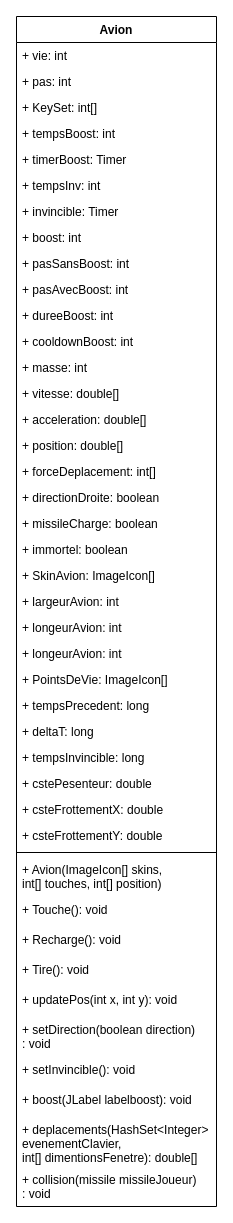
This is UML projet informatique.drawio from deubn31/Projet-Informatique, a draw.io file, before an edit. Source tidied: cells renumbered, new cells numbered last; positions are measured from the earlier drawing's top-left corner, leaving out a move shared by most shapes. Both pictures are drawn from the tidied source at 100%, with x=0, y=0 at pixel (16, 16).
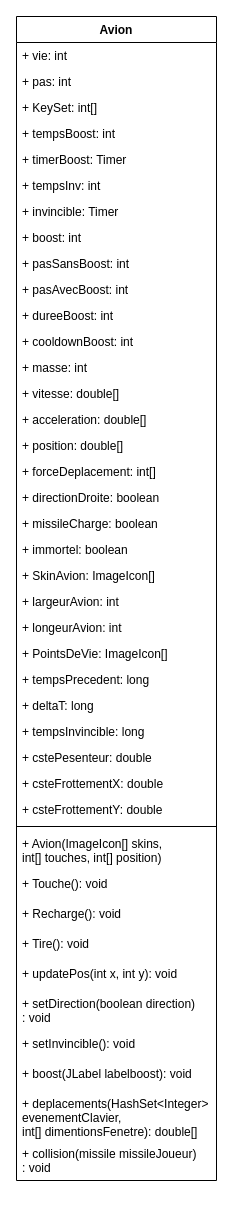
The same page after the edit.

Change to the diagram source:
```diff
@@
     <mxCell id="2" value="Avion" style="swimlane;fontStyle=1;align=center;verticalAlign=top;horizontal=1;startSize=26;" parent="1" vertex="1">
-      <mxGeometry width="200" height="1190" as="geometry" />
+      <mxGeometry width="200" height="1164" as="geometry" />
     </mxCell>
@@
-    <mxCell id="25" value="+ longeurAvion: int" style="text;strokeColor=none;fillColor=none;align=left;verticalAlign=top;spacingLeft=4;spacingRight=4;overflow=hidden;" parent="2" vertex="1">
-      <mxGeometry y="598" width="200" height="26" as="geometry" />
-    </mxCell>
     <mxCell id="26" value="+ longeurAvion: int" style="text;strokeColor=none;fillColor=none;align=left;verticalAlign=top;spacingLeft=4;spacingRight=4;overflow=hidden;" parent="2" vertex="1">
-      <mxGeometry y="624" width="200" height="26" as="geometry" />
+      <mxGeometry y="598" width="200" height="26" as="geometry" />
     </mxCell>
     <mxCell id="27" value="+ PointsDeVie: ImageIcon[]" style="text;strokeColor=none;fillColor=none;align=left;verticalAlign=top;spacingLeft=4;spacingRight=4;overflow=hidden;" parent="2" vertex="1">
-      <mxGeometry y="650" width="200" height="26" as="geometry" />
+      <mxGeometry y="624" width="200" height="26" as="geometry" />
     </mxCell>
     <mxCell id="28" value="+ tempsPrecedent: long" style="text;strokeColor=none;fillColor=none;align=left;verticalAlign=top;spacingLeft=4;spacingRight=4;overflow=hidden;" parent="2" vertex="1">
-      <mxGeometry y="676" width="200" height="26" as="geometry" />
+      <mxGeometry y="650" width="200" height="26" as="geometry" />
     </mxCell>
     <mxCell id="29" value="+ deltaT: long" style="text;strokeColor=none;fillColor=none;align=left;verticalAlign=top;spacingLeft=4;spacingRight=4;overflow=hidden;" parent="2" vertex="1">
-      <mxGeometry y="702" width="200" height="26" as="geometry" />
+      <mxGeometry y="676" width="200" height="26" as="geometry" />
     </mxCell>
     <mxCell id="30" value="+ tempsInvincible: long" style="text;strokeColor=none;fillColor=none;align=left;verticalAlign=top;spacingLeft=4;spacingRight=4;overflow=hidden;" parent="2" vertex="1">
-      <mxGeometry y="728" width="200" height="26" as="geometry" />
+      <mxGeometry y="702" width="200" height="26" as="geometry" />
     </mxCell>
     <mxCell id="31" value="+ cstePesenteur: double" style="text;strokeColor=none;fillColor=none;align=left;verticalAlign=top;spacingLeft=4;spacingRight=4;overflow=hidden;" parent="2" vertex="1">
-      <mxGeometry y="754" width="200" height="26" as="geometry" />
+      <mxGeometry y="728" width="200" height="26" as="geometry" />
     </mxCell>
     <mxCell id="32" value="+ csteFrottementX: double" style="text;strokeColor=none;fillColor=none;align=left;verticalAlign=top;spacingLeft=4;spacingRight=4;overflow=hidden;" parent="2" vertex="1">
-      <mxGeometry y="780" width="200" height="26" as="geometry" />
+      <mxGeometry y="754" width="200" height="26" as="geometry" />
     </mxCell>
     <mxCell id="33" value="+ csteFrottementY: double" style="text;strokeColor=none;fillColor=none;align=left;verticalAlign=top;spacingLeft=4;spacingRight=4;overflow=hidden;" parent="2" vertex="1">
-      <mxGeometry y="806" width="200" height="26" as="geometry" />
+      <mxGeometry y="780" width="200" height="26" as="geometry" />
     </mxCell>
     <mxCell id="34" style="line;strokeWidth=1;fillColor=none;align=left;verticalAlign=middle;spacingTop=-1;spacingLeft=3;spacingRight=3;labelPosition=right;" parent="2" vertex="1">
-      <mxGeometry y="832" width="200" height="8" as="geometry" />
+      <mxGeometry y="806" width="200" height="8" as="geometry" />
     </mxCell>
     <mxCell id="35" value="+ Avion(ImageIcon[] skins, &#10;int[] touches, int[] position)" style="text;strokeColor=none;fillColor=none;align=left;verticalAlign=top;spacingLeft=4;spacingRight=4;overflow=hidden;" parent="2" vertex="1">
-      <mxGeometry y="840" width="200" height="40" as="geometry" />
+      <mxGeometry y="814" width="200" height="40" as="geometry" />
     </mxCell>
     <mxCell id="36" value="+ Touche(): void" style="text;strokeColor=none;fillColor=none;align=left;verticalAlign=top;spacingLeft=4;spacingRight=4;overflow=hidden;" parent="2" vertex="1">
-      <mxGeometry y="880" width="200" height="30" as="geometry" />
+      <mxGeometry y="854" width="200" height="30" as="geometry" />
     </mxCell>
     <mxCell id="37" value="+ Recharge(): void" style="text;strokeColor=none;fillColor=none;align=left;verticalAlign=top;spacingLeft=4;spacingRight=4;overflow=hidden;" parent="2" vertex="1">
-      <mxGeometry y="910" width="200" height="30" as="geometry" />
+      <mxGeometry y="884" width="200" height="30" as="geometry" />
     </mxCell>
     <mxCell id="38" value="+ Tire(): void" style="text;strokeColor=none;fillColor=none;align=left;verticalAlign=top;spacingLeft=4;spacingRight=4;overflow=hidden;" parent="2" vertex="1">
-      <mxGeometry y="940" width="200" height="30" as="geometry" />
+      <mxGeometry y="914" width="200" height="30" as="geometry" />
     </mxCell>
     <mxCell id="39" value="+ updatePos(int x, int y): void" style="text;strokeColor=none;fillColor=none;align=left;verticalAlign=top;spacingLeft=4;spacingRight=4;overflow=hidden;" parent="2" vertex="1">
-      <mxGeometry y="970" width="200" height="30" as="geometry" />
+      <mxGeometry y="944" width="200" height="30" as="geometry" />
     </mxCell>
     <mxCell id="40" value="+ setDirection(boolean direction)&#10;: void" style="text;strokeColor=none;fillColor=none;align=left;verticalAlign=top;spacingLeft=4;spacingRight=4;overflow=hidden;" parent="2" vertex="1">
-      <mxGeometry y="1000" width="200" height="40" as="geometry" />
+      <mxGeometry y="974" width="200" height="40" as="geometry" />
     </mxCell>
     <mxCell id="41" value="+ setInvincible(): void" style="text;strokeColor=none;fillColor=none;align=left;verticalAlign=top;spacingLeft=4;spacingRight=4;overflow=hidden;" parent="2" vertex="1">
-      <mxGeometry y="1040" width="200" height="30" as="geometry" />
+      <mxGeometry y="1014" width="200" height="30" as="geometry" />
     </mxCell>
     <mxCell id="42" value="+ boost(JLabel labelboost): void" style="text;strokeColor=none;fillColor=none;align=left;verticalAlign=top;spacingLeft=4;spacingRight=4;overflow=hidden;" parent="2" vertex="1">
-      <mxGeometry y="1070" width="200" height="30" as="geometry" />
+      <mxGeometry y="1044" width="200" height="30" as="geometry" />
     </mxCell>
     <mxCell id="43" value="+ deplacements(HashSet&lt;Integer&gt;&#10;evenementClavier, &#10;int[] dimentionsFenetre): double[]" style="text;strokeColor=none;fillColor=none;align=left;verticalAlign=top;spacingLeft=4;spacingRight=4;overflow=hidden;" parent="2" vertex="1">
-      <mxGeometry y="1100" width="200" height="50" as="geometry" />
+      <mxGeometry y="1074" width="200" height="50" as="geometry" />
     </mxCell>
     <mxCell id="44" value="+ collision(missile missileJoueur) &#10;: void" style="text;strokeColor=none;fillColor=none;align=left;verticalAlign=top;spacingLeft=4;spacingRight=4;overflow=hidden;" parent="2" vertex="1">
-      <mxGeometry y="1150" width="200" height="40" as="geometry" />
+      <mxGeometry y="1124" width="200" height="40" as="geometry" />
     </mxCell>
```
